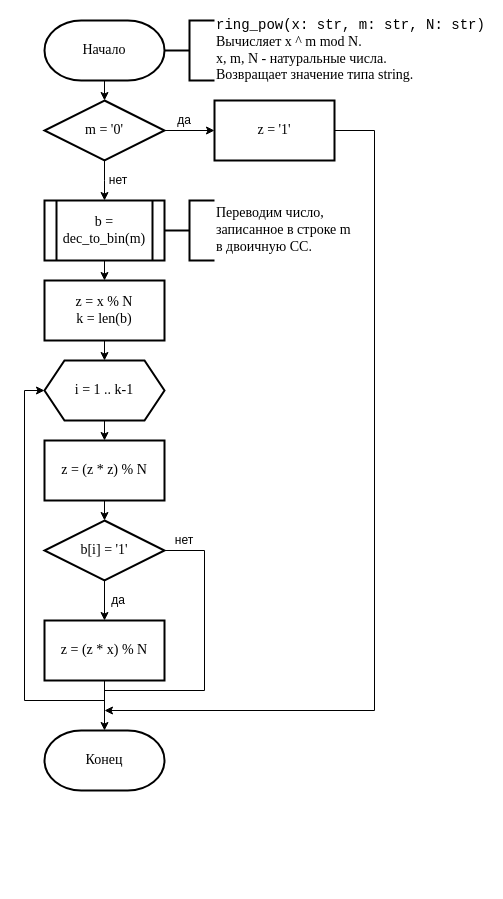
The draw.io diagram flowcharts/ring_pow.drawio in ijustbsd/big-integer, before the edit. Source tidied: cells renumbered, new cells numbered last; positions are measured from the earlier drawing's top-left corner, leaving out a move shared by most shapes. Both pictures are drawn from the tidied source at 100%, with x=0, y=0 at pixel (24, 20).
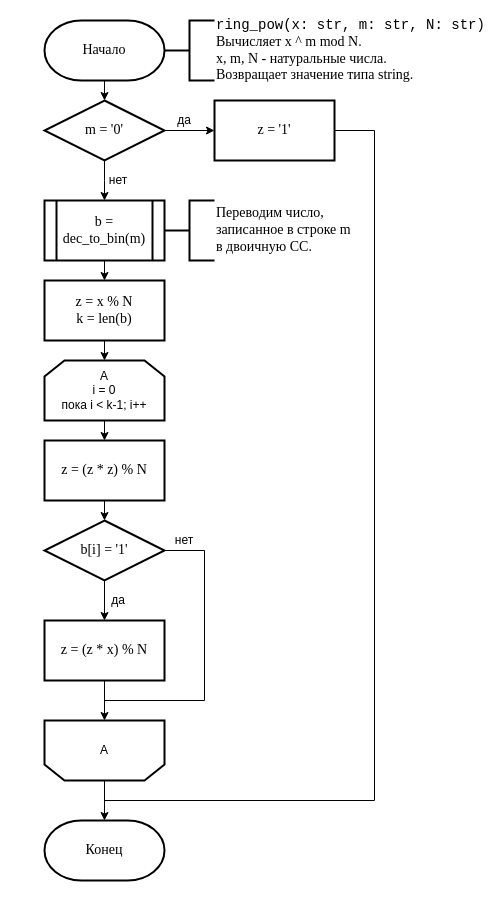
The same page after the edit.

Unchanged cells that the change refers to:
```xml
<mxCell id="9" value="z = '1'" style="rounded=0;whiteSpace=wrap;html=1;absoluteArcSize=1;arcSize=14;strokeWidth=2;fontFamily=Times New Roman;fontSize=14;" parent="1" vertex="1">
  <mxGeometry x="190" y="80" width="120" height="60" as="geometry" />
</mxCell>
<mxCell id="16" value="&lt;div&gt;z = x % N&lt;br&gt;&lt;/div&gt;k = len(b)" style="rounded=0;whiteSpace=wrap;html=1;absoluteArcSize=1;arcSize=14;strokeWidth=2;fontFamily=Times New Roman;fontSize=14;" parent="1" vertex="1">
  <mxGeometry x="20" y="260" width="120" height="60" as="geometry" />
</mxCell>
<mxCell id="20" value="&lt;div&gt;z = (z * z) % N&lt;br&gt;&lt;/div&gt;" style="rounded=0;whiteSpace=wrap;html=1;absoluteArcSize=1;arcSize=14;strokeWidth=2;fontFamily=Times New Roman;fontSize=14;" parent="1" vertex="1">
  <mxGeometry x="20" y="420" width="120" height="60" as="geometry" />
</mxCell>
<mxCell id="24" value="b[i] = '1'" style="strokeWidth=2;html=1;shape=mxgraph.flowchart.decision;whiteSpace=wrap;rounded=0;fontFamily=Times New Roman;fontSize=14;" parent="1" vertex="1">
  <mxGeometry x="20" y="500" width="120" height="60" as="geometry" />
</mxCell>
<mxCell id="26" value="z = (z * x) % N" style="rounded=0;whiteSpace=wrap;html=1;absoluteArcSize=1;arcSize=14;strokeWidth=2;fontFamily=Times New Roman;fontSize=14;" parent="1" vertex="1">
  <mxGeometry x="20" y="600" width="120" height="60" as="geometry" />
</mxCell>
```

Diff of the diagram source:
```diff
@@
-    <mxCell id="8" style="edgeStyle=orthogonalEdgeStyle;rounded=0;jettySize=auto;html=1;exitX=1;exitY=0.5;exitDx=0;exitDy=0;" parent="1" edge="1" source="9">
+    <mxCell id="8" style="edgeStyle=orthogonalEdgeStyle;rounded=0;jettySize=auto;html=1;exitX=1;exitY=0.5;exitDx=0;exitDy=0;endArrow=none;endFill=0;" parent="1" edge="1" source="9">
       <mxGeometry relative="1" as="geometry">
-        <mxPoint x="80" y="690" as="targetPoint" />
+        <mxPoint x="80" y="780" as="targetPoint" />
         <Array as="points">
           <mxPoint x="350" y="110" />
-          <mxPoint x="350" y="690" />
+          <mxPoint x="350" y="780" />
         </Array>
       </mxGeometry>
     </mxCell>
@@
-    <mxCell id="15" style="edgeStyle=orthogonalEdgeStyle;rounded=0;jettySize=auto;html=1;exitX=0.5;exitY=1;exitDx=0;exitDy=0;entryX=0.5;entryY=0;entryDx=0;entryDy=0;" parent="1" edge="1" source="16" target="19">
-      <mxGeometry relative="1" as="geometry" />
+    <mxCell id="15" style="edgeStyle=orthogonalEdgeStyle;rounded=0;jettySize=auto;html=1;exitX=0.5;exitY=1;exitDx=0;exitDy=0;entryX=0.5;entryY=0;entryDx=0;entryDy=0;" parent="1" edge="1" source="16">
+      <mxGeometry relative="1" as="geometry">
+        <mxPoint x="80" y="340" as="targetPoint" />
+      </mxGeometry>
     </mxCell>
@@
-    <mxCell id="17" style="edgeStyle=orthogonalEdgeStyle;rounded=0;jettySize=auto;html=1;exitX=0.5;exitY=1;exitDx=0;exitDy=0;entryX=0.5;entryY=0;entryDx=0;entryDy=0;" parent="1" edge="1" source="19" target="20">
-      <mxGeometry relative="1" as="geometry" />
+    <mxCell id="17" style="edgeStyle=orthogonalEdgeStyle;rounded=0;jettySize=auto;html=1;exitX=0.5;exitY=1;exitDx=0;exitDy=0;entryX=0.5;entryY=0;entryDx=0;entryDy=0;" parent="1" edge="1" target="20">
+      <mxGeometry relative="1" as="geometry">
+        <mxPoint x="80" y="400" as="sourcePoint" />
+      </mxGeometry>
     </mxCell>
-    <mxCell id="18" style="edgeStyle=orthogonalEdgeStyle;rounded=0;jettySize=auto;html=1;exitX=0;exitY=0.5;exitDx=0;exitDy=0;endArrow=none;endFill=0;startArrow=classic;startFill=1;" parent="1" edge="1" source="19">
-      <mxGeometry relative="1" as="geometry">
-        <mxPoint x="80" y="680" as="targetPoint" />
-        <Array as="points">
-          <mxPoint y="370" />
-          <mxPoint y="680" />
-        </Array>
-      </mxGeometry>
-    </mxCell>
-    <mxCell id="19" value="i = 1 .. k-1" style="shape=hexagon;perimeter=hexagonPerimeter2;whiteSpace=wrap;html=1;fixedSize=1;fontFamily=Times New Roman;fontSize=14;strokeWidth=2;" parent="1" vertex="1">
-      <mxGeometry x="20" y="340" width="120" height="60" as="geometry" />
-    </mxCell>
@@
     <mxCell id="23" style="edgeStyle=orthogonalEdgeStyle;rounded=0;jettySize=auto;html=1;exitX=1;exitY=0.5;exitDx=0;exitDy=0;exitPerimeter=0;endArrow=none;endFill=0;" parent="1" edge="1" source="24">
       <mxGeometry relative="1" as="geometry">
         <mxPoint x="80" y="680" as="targetPoint" />
         <Array as="points">
           <mxPoint x="180" y="530" />
-          <mxPoint x="180" y="670" />
-          <mxPoint x="80" y="670" />
+          <mxPoint x="180" y="680" />
         </Array>
       </mxGeometry>
     </mxCell>
@@
-    <mxCell id="25" style="edgeStyle=orthogonalEdgeStyle;rounded=0;jettySize=auto;html=1;exitX=0.5;exitY=1;exitDx=0;exitDy=0;entryX=0.5;entryY=0;entryDx=0;entryDy=0;entryPerimeter=0;" parent="1" edge="1" source="26" target="29">
-      <mxGeometry relative="1" as="geometry" />
-    </mxCell>
+    <mxCell id="30" style="edgeStyle=orthogonalEdgeStyle;rounded=0;jettySize=auto;html=1;exitX=0.5;exitY=1;exitDx=0;exitDy=0;" parent="1" edge="1" source="26" target="33">
+      <mxGeometry relative="1" as="geometry" />
+    </mxCell>
@@
     <mxCell id="29" value="Конец" style="strokeWidth=2;html=1;shape=mxgraph.flowchart.terminator;whiteSpace=wrap;fontSize=14;fontFamily=Times New Roman;" parent="1" vertex="1">
-      <mxGeometry x="20" y="710" width="120" height="60" as="geometry" />
+      <mxGeometry x="20" y="800" width="120" height="60" as="geometry" />
     </mxCell>
+    <mxCell id="31" value="&lt;div&gt;А&lt;/div&gt;&lt;div&gt;i = 0&lt;/div&gt;&lt;div&gt;пока i &amp;lt; k-1; i++&lt;br&gt;&lt;/div&gt;" style="shape=loopLimit;whiteSpace=wrap;html=1;strokeWidth=2;" parent="1" vertex="1">
+      <mxGeometry x="20" y="340" width="120" height="60" as="geometry" />
+    </mxCell>
+    <mxCell id="32" style="edgeStyle=orthogonalEdgeStyle;rounded=0;jettySize=auto;html=1;exitX=0.5;exitY=0;exitDx=0;exitDy=0;entryX=0.5;entryY=0;entryDx=0;entryDy=0;entryPerimeter=0;" parent="1" edge="1" source="33" target="29">
+      <mxGeometry relative="1" as="geometry" />
+    </mxCell>
+    <mxCell id="33" value="А" style="shape=loopLimit;whiteSpace=wrap;html=1;strokeWidth=2;direction=west;" parent="1" vertex="1">
+      <mxGeometry x="20" y="700" width="120" height="60" as="geometry" />
+    </mxCell>
```
